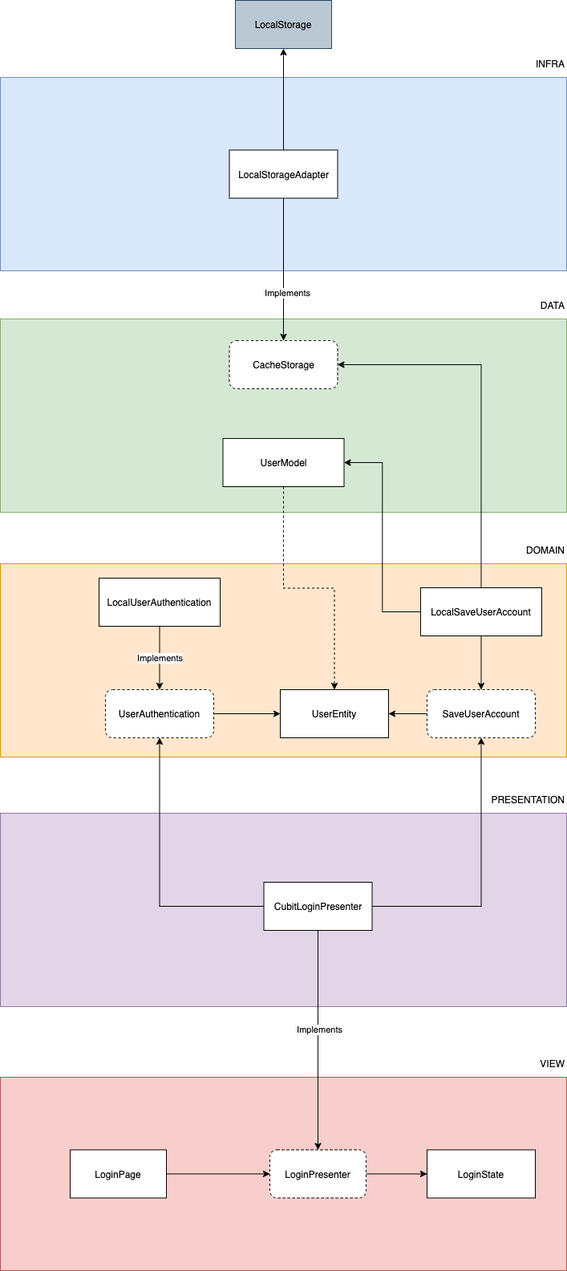
Earlier version of the draw.io export architecture.png (emersonsiega/grocery_store_app). Source tidied: cells renumbered, new cells last; positions are measured from the earlier drawing's top-left corner, leaving out a move shared by most shapes.
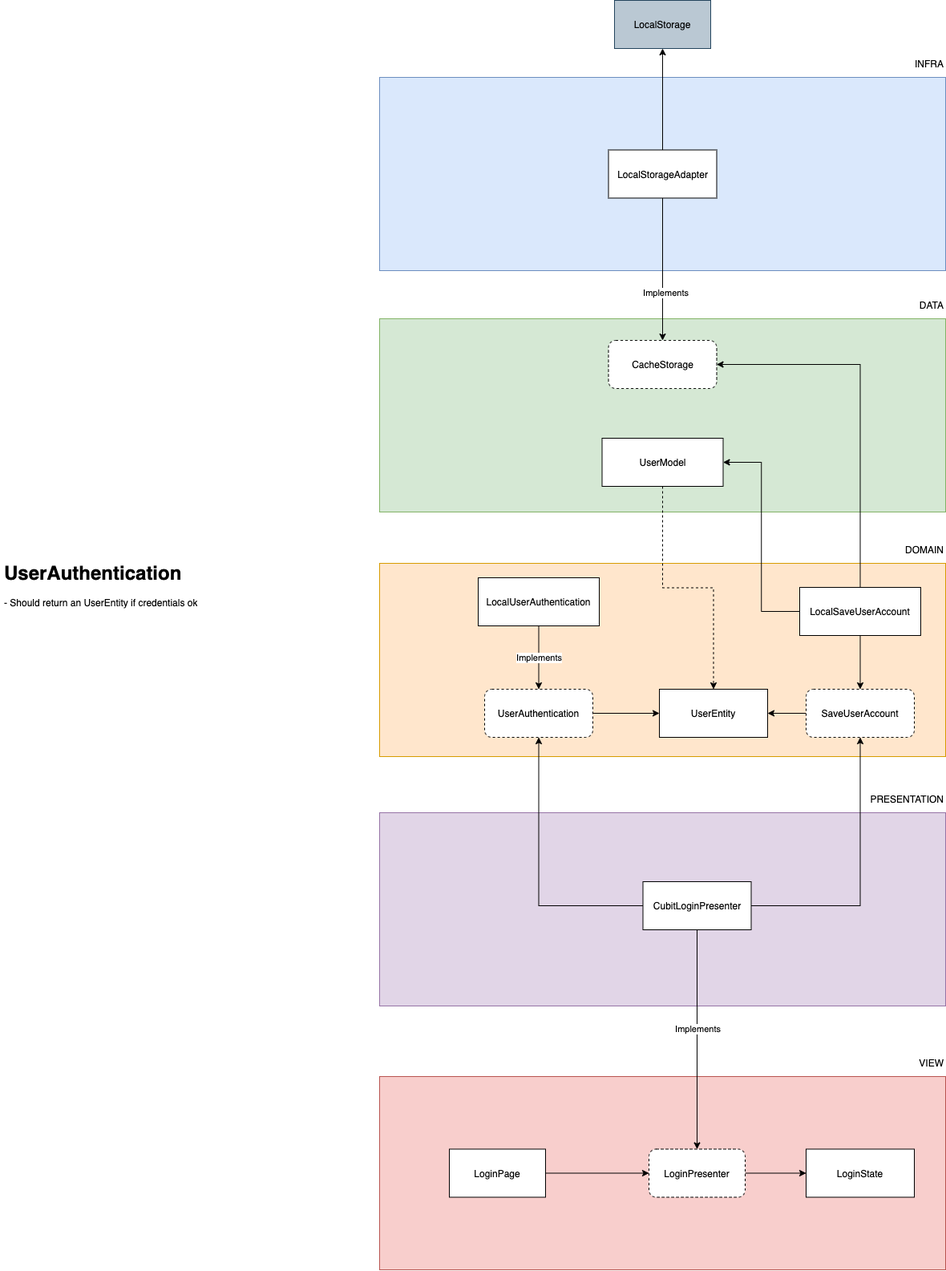
After the commit.

Change to the diagram source:
```diff
@@ -126,5 +126,8 @@
     <mxCell id="41" value="LocalSaveUserAccount" style="rounded=0;whiteSpace=wrap;html=1;fillColor=default;align=center;" parent="1" vertex="1">
       <mxGeometry x="524" y="732" width="151" height="60" as="geometry" />
     </mxCell>
+    <mxCell id="42" value="&lt;h1&gt;UserAuthentication&lt;/h1&gt;&lt;p&gt;- Should return an UserEntity if credentials ok&lt;/p&gt;" style="text;html=1;strokeColor=none;fillColor=none;spacing=5;spacingTop=-20;whiteSpace=wrap;overflow=hidden;rounded=0;dashed=1;align=left;" parent="1" vertex="1">
+      <mxGeometry x="-473" y="695" width="377" height="208" as="geometry" />
+    </mxCell>
   </root>
 </mxGraphModel>
```
